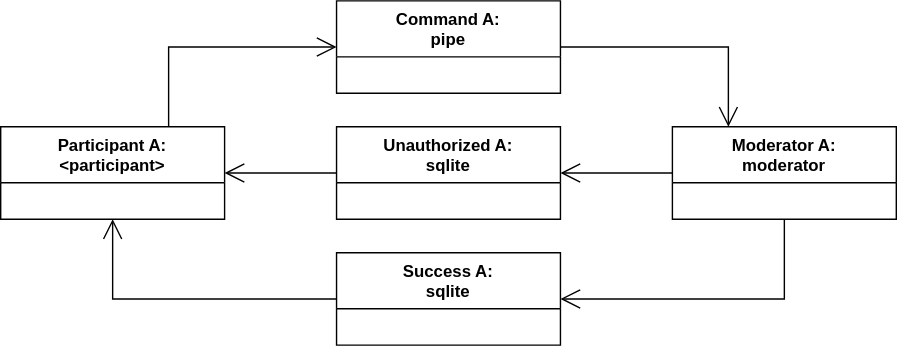
Above: doc/control_interface.svg in vitalii-samoilenko/ai-chat-bot (draw.io), before the change. Source tidied: cells renumbered, new cells last; positions are measured from the earlier drawing's top-left corner, leaving out a move shared by most shapes. Source of this version:
```xml
<mxGraphModel>
  <root>
    <mxCell id="0" />
    <mxCell id="1" parent="0" />
    <mxCell id="2" value="Moderator A:&lt;div&gt;moderator&lt;/div&gt;" style="swimlane;fontStyle=1;align=center;verticalAlign=top;horizontal=1;startSize=40;whiteSpace=wrap;html=1;" parent="1" vertex="1">
      <mxGeometry x="480" y="90" width="160" height="66" as="geometry" />
    </mxCell>
    <mxCell id="3" value="Command A:&lt;div&gt;pipe&lt;/div&gt;" style="swimlane;fontStyle=1;align=center;verticalAlign=top;horizontal=1;startSize=40;whiteSpace=wrap;html=1;" parent="1" vertex="1">
      <mxGeometry x="240" width="160" height="66" as="geometry" />
    </mxCell>
    <mxCell id="4" value="Unauthorized A:&lt;div&gt;sqlite&lt;/div&gt;" style="swimlane;fontStyle=1;align=center;verticalAlign=top;horizontal=1;startSize=40;whiteSpace=wrap;html=1;" parent="1" vertex="1">
      <mxGeometry x="240" y="90" width="160" height="66" as="geometry" />
    </mxCell>
    <mxCell id="5" value="Success A:&lt;div&gt;sqlite&lt;/div&gt;" style="swimlane;fontStyle=1;align=center;verticalAlign=top;horizontal=1;startSize=40;whiteSpace=wrap;html=1;" parent="1" vertex="1">
      <mxGeometry x="240" y="180" width="160" height="66" as="geometry" />
    </mxCell>
    <mxCell id="6" value="Participant A:&lt;div&gt;&amp;lt;participant&amp;gt;&lt;/div&gt;" style="swimlane;fontStyle=1;align=center;verticalAlign=top;horizontal=1;startSize=40;whiteSpace=wrap;html=1;" parent="1" vertex="1">
      <mxGeometry y="90" width="160" height="66" as="geometry" />
    </mxCell>
    <mxCell id="7" style="endArrow=open;endFill=1;endSize=12;html=1;rounded=0;exitX=0.75;exitY=0;exitDx=0;exitDy=0;" parent="1" edge="1" source="6" target="3">
      <mxGeometry relative="1" as="geometry">
        <Array as="points">
          <mxPoint x="120" y="33" />
        </Array>
      </mxGeometry>
    </mxCell>
    <mxCell id="8" style="endArrow=open;endFill=1;endSize=12;html=1;rounded=0;entryX=0.5;entryY=1;entryDx=0;entryDy=0;" parent="1" edge="1" source="5" target="6">
      <mxGeometry relative="1" as="geometry">
        <Array as="points">
          <mxPoint x="80" y="213" />
        </Array>
      </mxGeometry>
    </mxCell>
    <mxCell id="9" style="endArrow=open;endFill=1;endSize=12;html=1;rounded=0;" parent="1" edge="1" source="4" target="6">
      <mxGeometry relative="1" as="geometry" />
    </mxCell>
    <mxCell id="10" style="endArrow=open;endFill=1;endSize=12;html=1;rounded=0;entryX=0.25;entryY=0;entryDx=0;entryDy=0;" parent="1" edge="1" source="3" target="2">
      <mxGeometry relative="1" as="geometry">
        <Array as="points">
          <mxPoint x="520" y="33" />
        </Array>
      </mxGeometry>
    </mxCell>
    <mxCell id="11" style="endArrow=open;endFill=1;endSize=12;html=1;rounded=0;" parent="1" edge="1" source="2" target="4">
      <mxGeometry relative="1" as="geometry" />
    </mxCell>
    <mxCell id="12" style="endArrow=open;endFill=1;endSize=12;html=1;rounded=0;" parent="1" edge="1" source="2" target="5">
      <mxGeometry relative="1" as="geometry">
        <Array as="points">
          <mxPoint x="560" y="213" />
        </Array>
      </mxGeometry>
    </mxCell>
  </root>
</mxGraphModel>
```
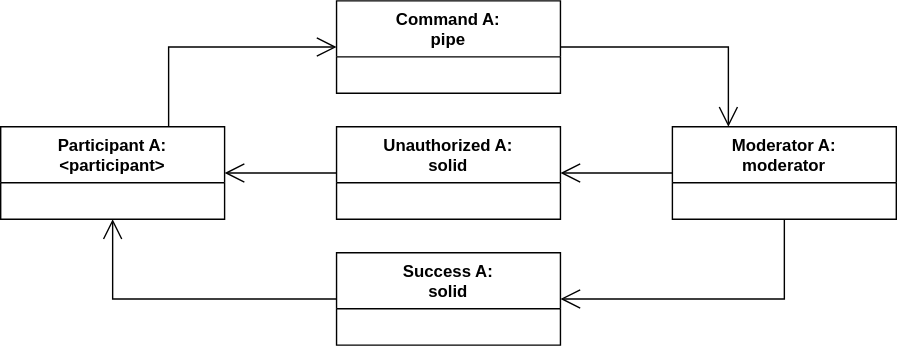
The same diagram one commit later.

The edit, as a diff of the source:
```diff
@@ -8,10 +8,10 @@
     <mxCell id="3" value="Command A:&lt;div&gt;pipe&lt;/div&gt;" style="swimlane;fontStyle=1;align=center;verticalAlign=top;horizontal=1;startSize=40;whiteSpace=wrap;html=1;" parent="1" vertex="1">
       <mxGeometry x="240" width="160" height="66" as="geometry" />
     </mxCell>
-    <mxCell id="4" value="Unauthorized A:&lt;div&gt;sqlite&lt;/div&gt;" style="swimlane;fontStyle=1;align=center;verticalAlign=top;horizontal=1;startSize=40;whiteSpace=wrap;html=1;" parent="1" vertex="1">
+    <mxCell id="4" value="Unauthorized A:&lt;div&gt;solid&lt;/div&gt;" style="swimlane;fontStyle=1;align=center;verticalAlign=top;horizontal=1;startSize=40;whiteSpace=wrap;html=1;" parent="1" vertex="1">
       <mxGeometry x="240" y="90" width="160" height="66" as="geometry" />
     </mxCell>
-    <mxCell id="5" value="Success A:&lt;div&gt;sqlite&lt;/div&gt;" style="swimlane;fontStyle=1;align=center;verticalAlign=top;horizontal=1;startSize=40;whiteSpace=wrap;html=1;" parent="1" vertex="1">
+    <mxCell id="5" value="Success A:&lt;div&gt;solid&lt;/div&gt;" style="swimlane;fontStyle=1;align=center;verticalAlign=top;horizontal=1;startSize=40;whiteSpace=wrap;html=1;" parent="1" vertex="1">
       <mxGeometry x="240" y="180" width="160" height="66" as="geometry" />
     </mxCell>
     <mxCell id="6" value="Participant A:&lt;div&gt;&amp;lt;participant&amp;gt;&lt;/div&gt;" style="swimlane;fontStyle=1;align=center;verticalAlign=top;horizontal=1;startSize=40;whiteSpace=wrap;html=1;" parent="1" vertex="1">
```
